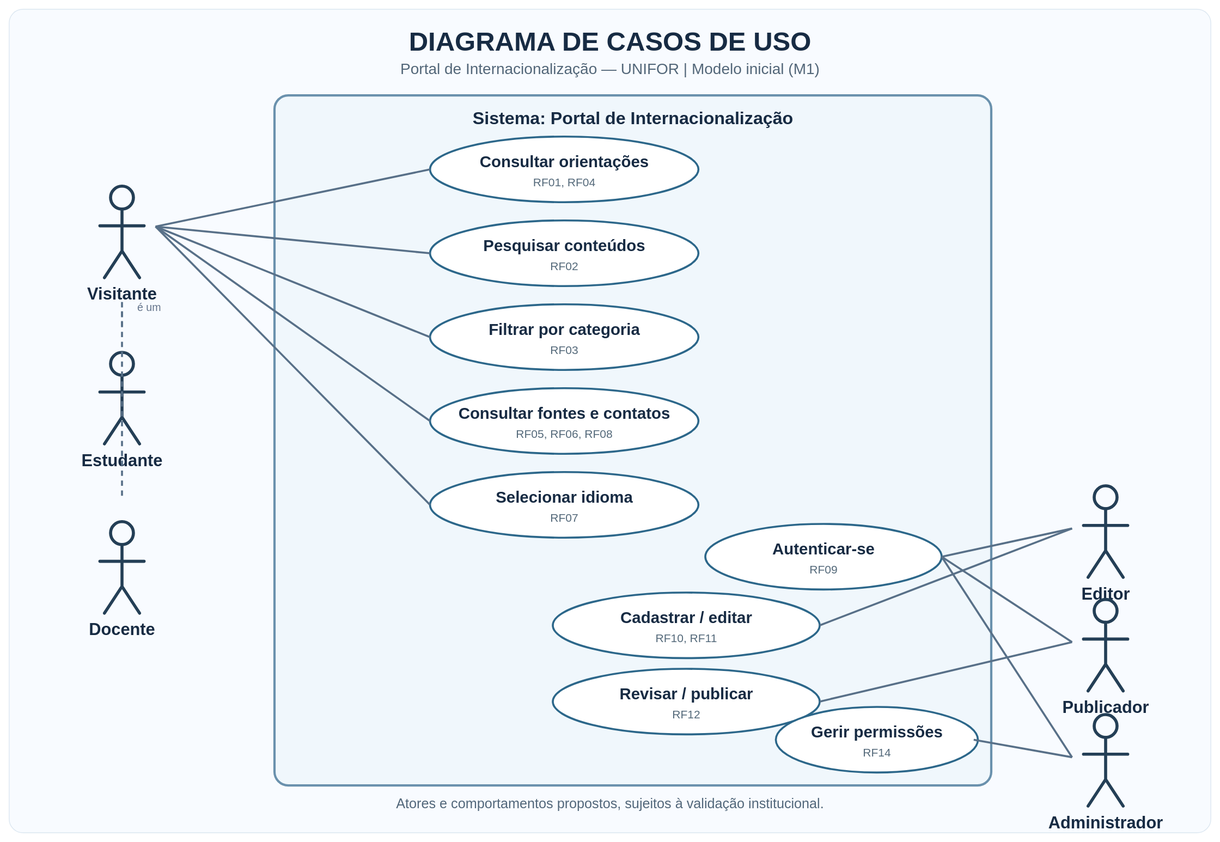
Before: diagrams/01-casos-de-uso.svg, a diagram exported from PlantUML (Ruan-levi/-requisitos-20262--grupo08). Its source is kept beside it as diagrams/01-casos-de-uso.puml.
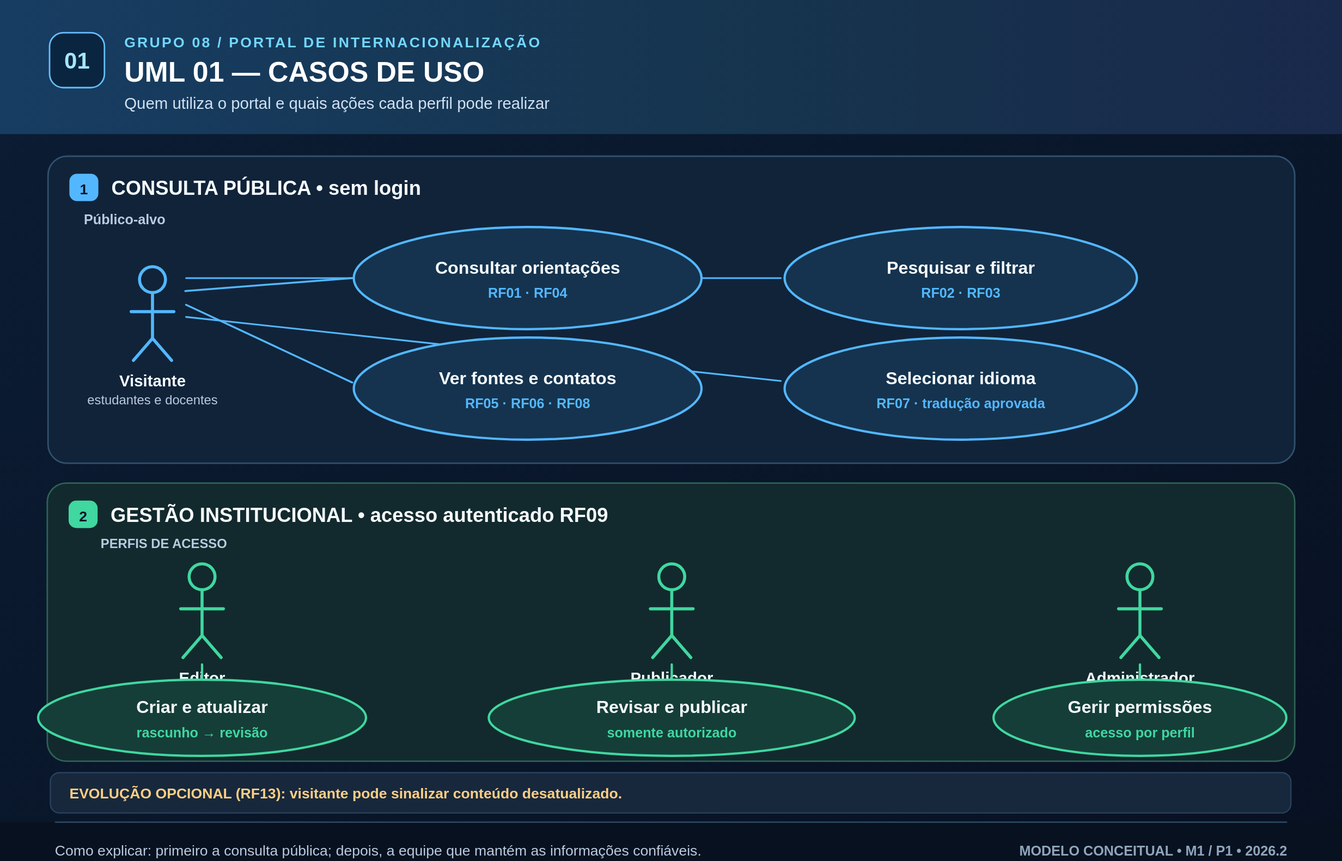
After the commit.

Change to the diagram source:
```diff
@@ -1,46 +1,52 @@
 @startuml
-title Portal de Internacionalização — Diagrama UML de Casos de Uso
+title UML 01 — Casos de Uso: consulta e gestão do Portal de Internacionalização
 left to right direction
+skinparam backgroundColor #FFFFFF
 skinparam shadowing false
+skinparam defaultFontName Arial
+skinparam defaultFontSize 16
+skinparam ArrowColor #4C6A86
+skinparam actorStyle awesome
 skinparam packageStyle rectangle
-skinparam actorStyle awesome
+skinparam UsecaseBackgroundColor #E5F4FF
+skinparam UsecaseBorderColor #377BA8
+skinparam UsecaseFontColor #143650
+skinparam ActorBorderColor #277FB0
+skinparam ActorFontColor #172C3B
 
-actor "Visitante" as Visitante
-actor "Estudante" as Estudante
-actor "Docente" as Docente
-actor "Editor" as Editor
-actor "Publicador" as Publicador
-actor "Administrador" as Administrador
+actor "Visitante\n(estudante ou docente)" as V
+actor "Editor" as ED
+actor "Publicador" as PUB
+actor "Administrador" as ADM
 
-Estudante --|> Visitante
-Docente --|> Visitante
-
-rectangle "Portal de Internacionalização" {
-  usecase "(RF01–RF04)\nConsultar orientações" as UC1
-  usecase "(RF02)\nPesquisar conteúdos" as UC2
-  usecase "(RF03)\nFiltrar por categoria" as UC3
-  usecase "(RF05, RF06, RF08)\nConsultar fontes e contatos" as UC4
-  usecase "(RF07)\nSelecionar idioma" as UC5
-  usecase "(RF09)\nAutenticar-se" as UC6
-  usecase "(RF10–RF11)\nCadastrar/editar conteúdos" as UC7
-  usecase "(RF12)\nRevisar/publicar conteúdos" as UC8
-  usecase "(RF14)\nAdministrar permissões" as UC9
+rectangle "Portal de Internacionalização — proposta de sistema" {
+ package "1. Consulta pública — sem login" #EAF6FF {
+  usecase "Consultar orientações\npor categoria\nRF01 · RF04" as UC1
+  usecase "Pesquisar e filtrar\npor palavra, tema e público\nRF02 · RF03" as UC2
+  usecase "Conferir fontes, data\nde revisão e contatos\nRF05 · RF06 · RF08" as UC3
+  usecase "Selecionar idioma\ncom tradução aprovada\nRF07" as UC4
+  usecase "Sinalizar conteúdo\ndesatualizado\nRF13 <<evolução>>" as UC5
+ }
+ package "2. Gestão editorial — com autenticação" #E8F8F1 {
+  usecase "Autenticar-se\nRF09" as LOGIN
+  usecase "Criar e atualizar\nrascunhos (RF10 · RF11)" as EDIT
+  usecase "Revisar e publicar\norientações (RF12)" as PUBLISH
+  usecase "Administrar perfis\ne permissões (RF14)" as ADMIN
+ }
 }
-Visitante -- UC1
-Visitante -- UC2
-Visitante -- UC3
-Visitante -- UC4
-Visitante -- UC5
-Editor -- UC6
-Editor -- UC7
-Publicador -- UC6
-Publicador -- UC8
-Administrador -- UC6
-Administrador -- UC9
-
-note bottom of UC8
-  Apenas responsáveis autorizados.
-  Fluxo editorial proposto,
-  ainda não validado institucionalmente.
+V -- UC1
+V -- UC2
+V -- UC3
+V -- UC4
+V .. UC5
+ED -- LOGIN
+ED -- EDIT
+PUB -- LOGIN
+PUB -- PUBLISH
+ADM -- LOGIN
+ADM -- ADMIN
+note bottom of PUBLISH
+ Só orientações aprovadas são públicas.
+ Papéis propostos; a validar com a instituição.
 end note
 @enduml
```
